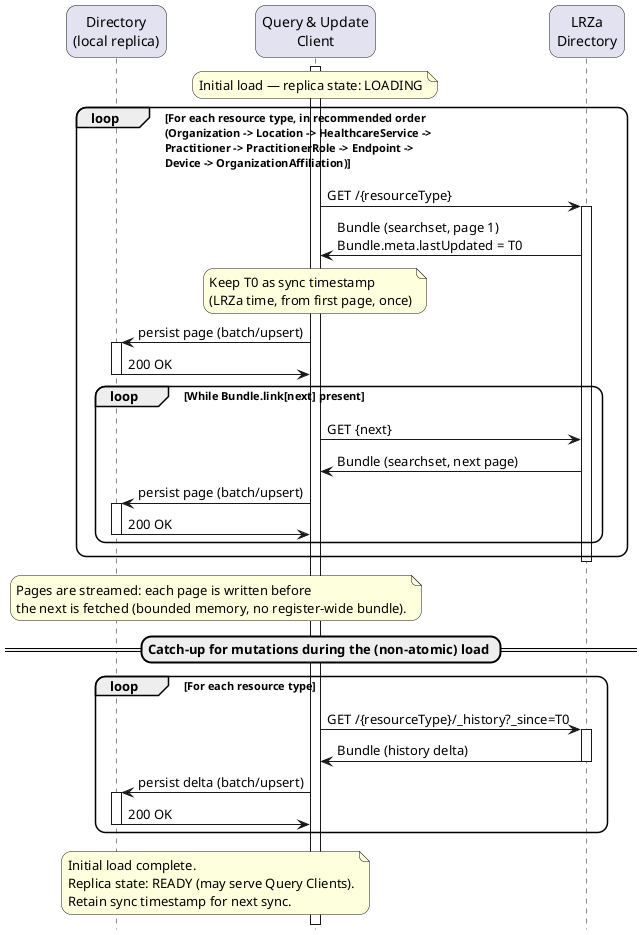
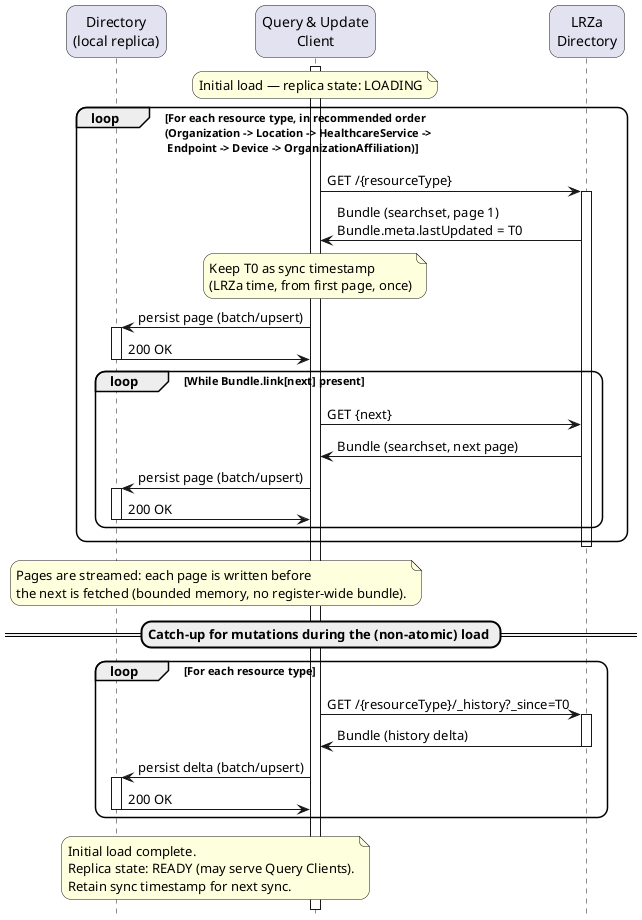
@startuml care-services-sync-initial-load

skinparam roundcorner 20
skinparam defaultFontName Arial
hide footbox

!pragma teoz true

participant QD as "Directory\n(local replica)"
participant QUC as "Query & Update\nClient"
participant LRZa as "LRZa\nDirectory"

activate QUC
note over QUC: Initial load — replica state: LOADING

- loop For each resource type, in recommended order\n(Organization -> Location -> HealthcareService ->\nPractitioner -> PractitionerRole -> Endpoint ->\nDevice -> OrganizationAffiliation)
+ loop For each resource type, in recommended order\n(Organization -> Location -> HealthcareService ->\n Endpoint -> Device -> OrganizationAffiliation)
  QUC -> LRZa: GET /{resourceType}
  activate LRZa
  LRZa -> QUC: Bundle (searchset, page 1)\nBundle.meta.lastUpdated = T0
  note over QUC: Keep T0 as sync timestamp\n(LRZa time, from first page, once)
  QUC -> QD: persist page (batch/upsert)
  activate QD
  QD -> QUC: 200 OK
  deactivate QD
  loop While Bundle.link[next] present
    QUC -> LRZa: GET {next}
    LRZa -> QUC: Bundle (searchset, next page)
    QUC -> QD: persist page (batch/upsert)
    activate QD
    QD -> QUC: 200 OK
    deactivate QD
  end
  deactivate LRZa
end

note over QUC,QD: Pages are streamed: each page is written before\nthe next is fetched (bounded memory, no register-wide bundle).

== Catch-up for mutations during the (non-atomic) load ==

loop For each resource type
  QUC -> LRZa: GET /{resourceType}/_history?_since=T0
  activate LRZa
  LRZa -> QUC: Bundle (history delta)
  deactivate LRZa
  QUC -> QD: persist delta (batch/upsert)
  activate QD
  QD -> QUC: 200 OK
  deactivate QD
end

note over QUC,QD: Initial load complete.\nReplica state: READY (may serve Query Clients).\nRetain sync timestamp for next sync.
deactivate QUC

@enduml
